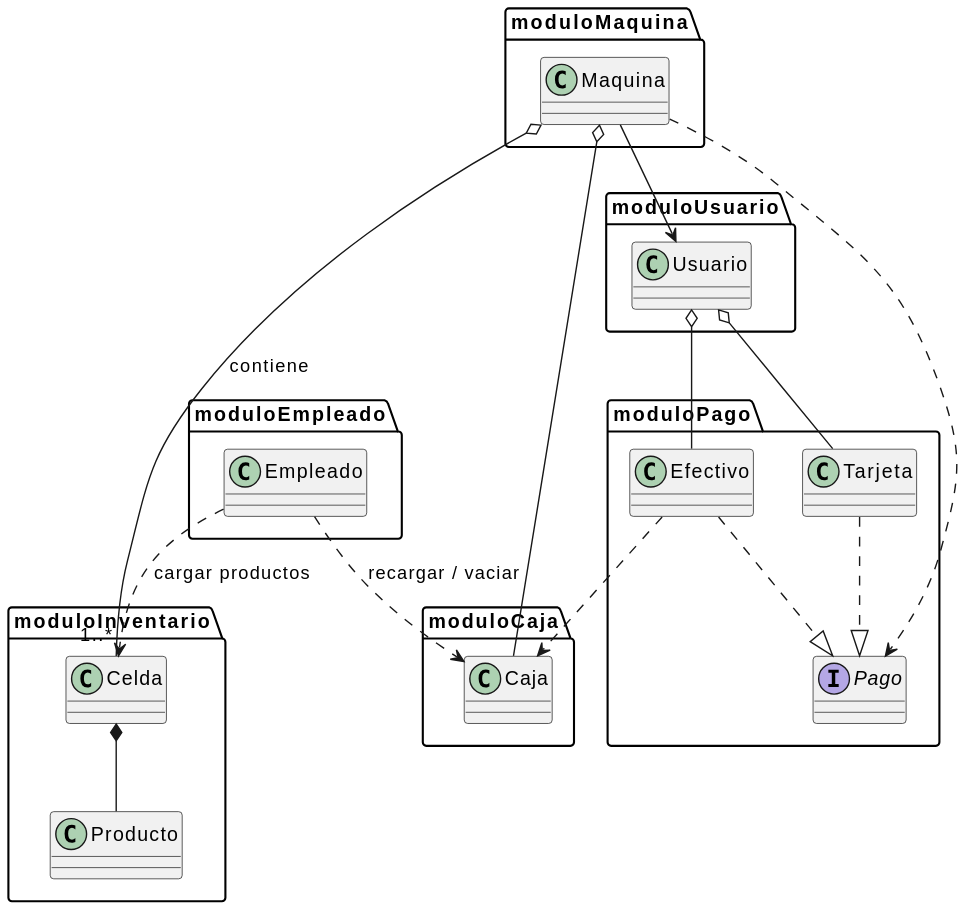
Earlier version of the PlantUML export documentos/modeloDeDominio/diagramaDeClases/diagramaClasesModular.svg (mmasias/24-25-IdSw2-SDD).
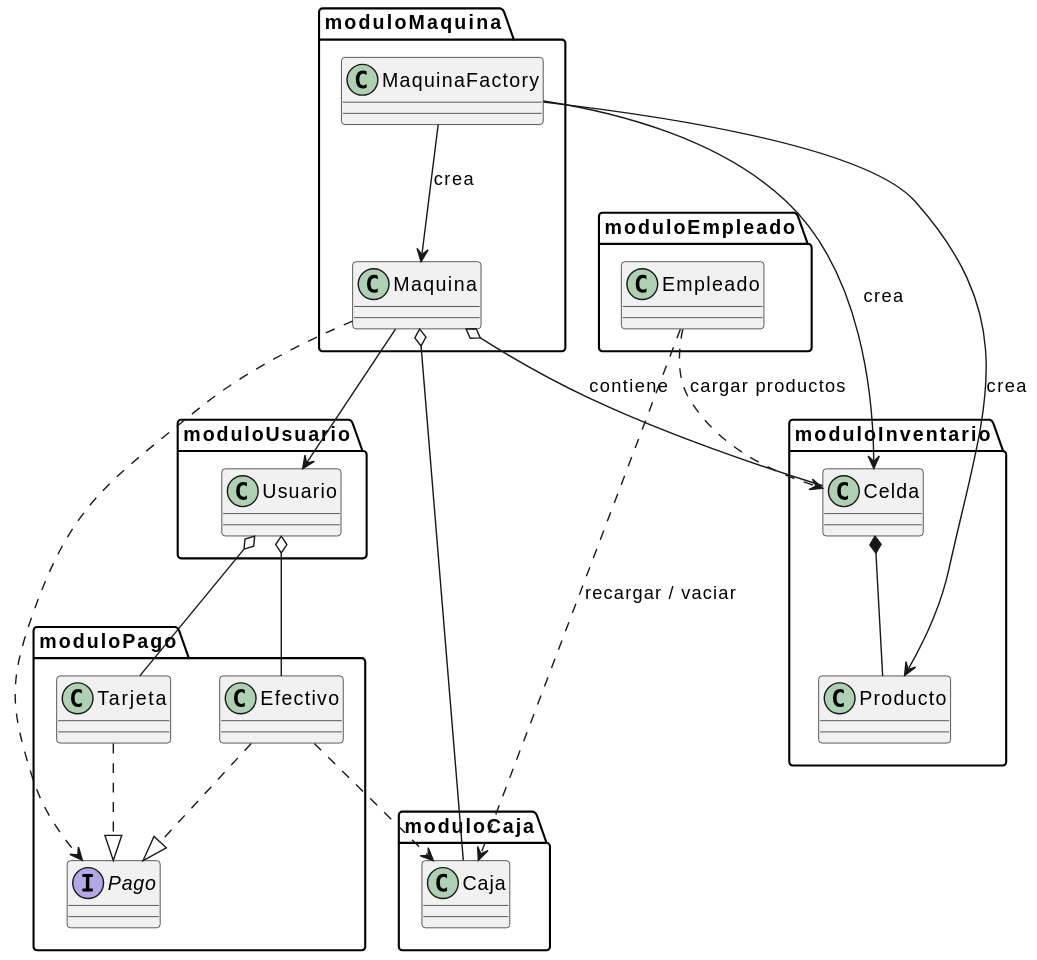
After the change.

Commit message:
feat: Add MaquinaFactory for machine creation and refactor App to utilize it

Change to the diagram source:
```diff
@@ -1,6 +1,8 @@
 @startuml
 package "moduloMaquina" {
   class Maquina
+  class MaquinaFactory
+
 }
 
 package "moduloInventario" {
@@ -26,7 +28,7 @@
   class Empleado
 }
 
-Maquina o-- "1..*" Celda : contiene
+Maquina o-- Celda : contiene
 Maquina o-- Caja
 Maquina --> Usuario
 Maquina ..> Pago
@@ -41,4 +43,8 @@
 
 Tarjeta ..|> Pago
 Efectivo ..|> Pago
+
+MaquinaFactory --> Maquina : crea
+MaquinaFactory --> Celda : crea
+MaquinaFactory --> Producto : crea
 @enduml
```
